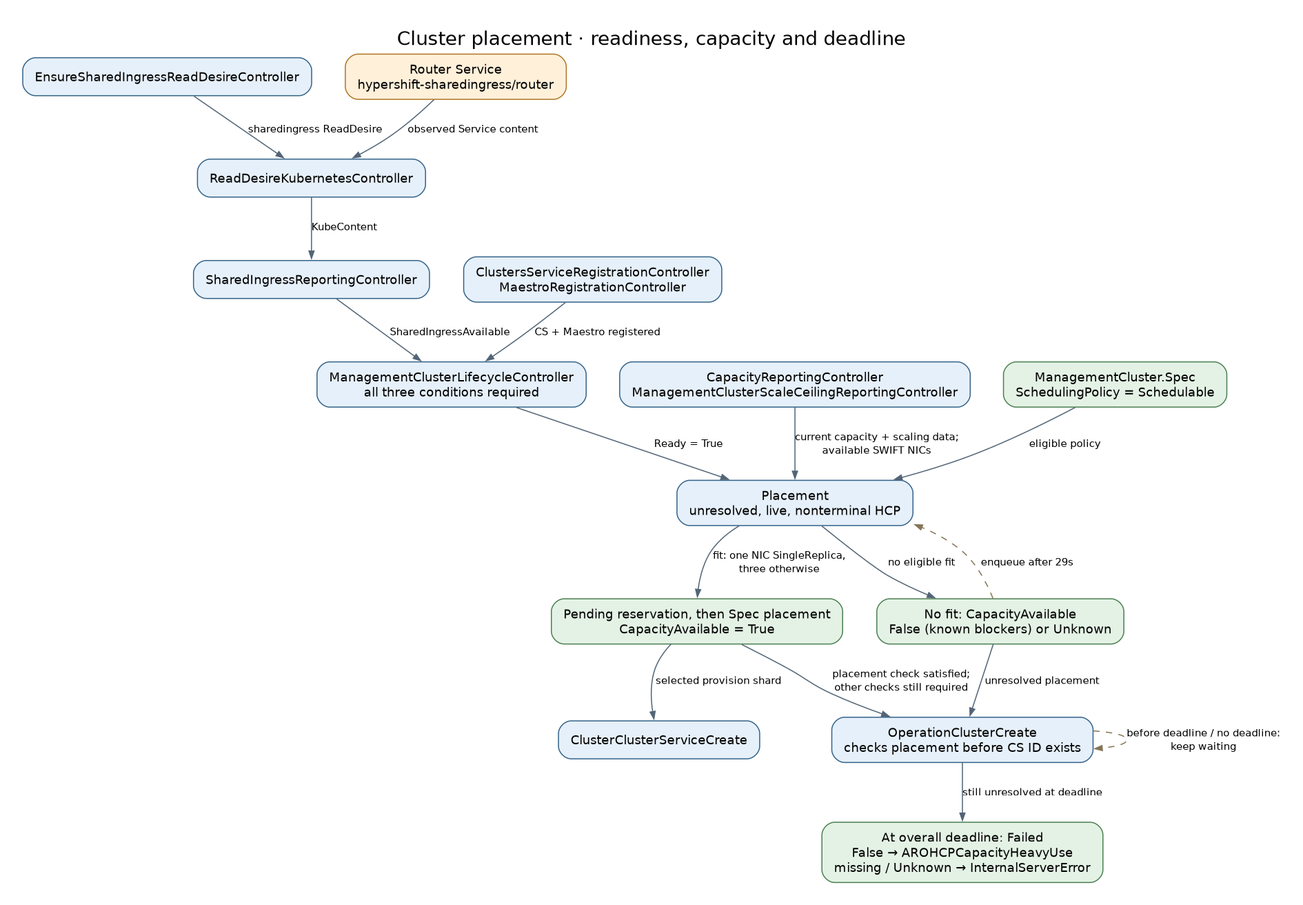
The Graphviz diagram docs/diagrams/controller-flows/fleet-placement.png in Azure/ARO-HCP, before a commit. Its source is kept beside it as docs/diagrams/controller-flows/fleet-placement.dot.
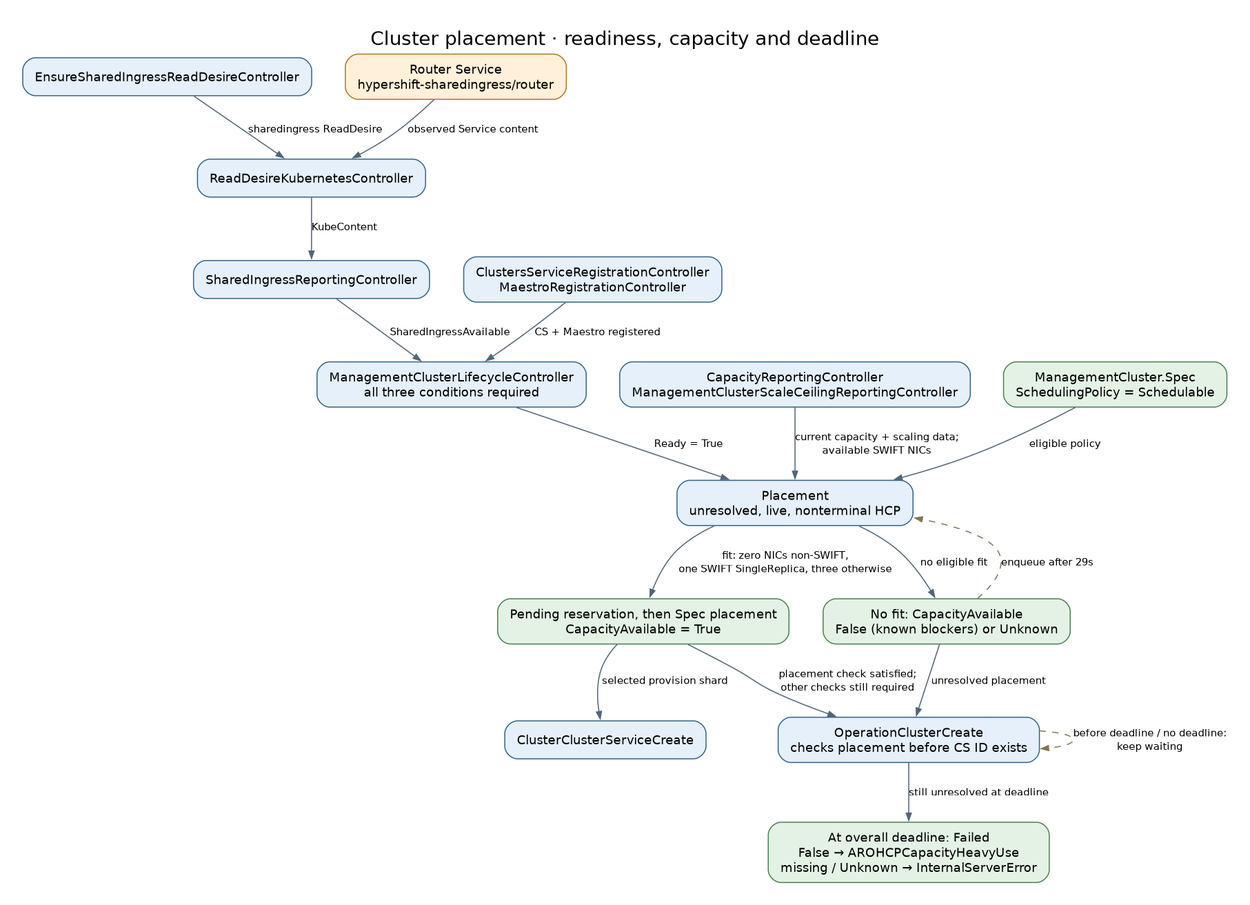
After the change.

Diff of the diagram source:
```diff
@@ -25,7 +25,7 @@
   lifecycle -> placement [label="Ready = True"];
   capacity -> placement [label="current capacity + scaling data;\navailable SWIFT NICs"];
   policy -> placement [label="eligible policy"];
-  placement -> selected [label="fit: one NIC SingleReplica,\nthree otherwise"];
+  placement -> selected [label="fit: zero NICs non-SWIFT,\none SWIFT SingleReplica, three otherwise"];
   placement -> deferred [label="no eligible fit"];
   selected -> create [label="selected provision shard"];
   selected -> operation [label="placement check satisfied;\nother checks still required"];
```
